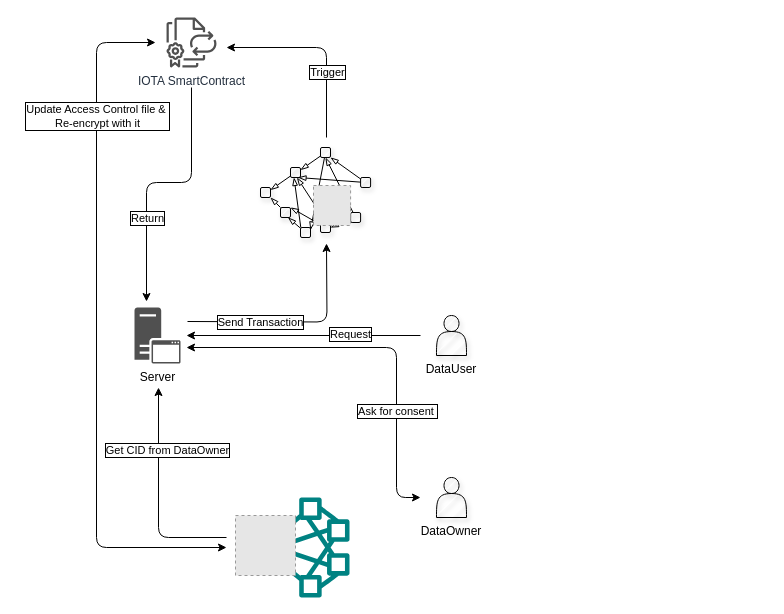
The draw.io diagram page "Ask For Access Right" (4 of 5) of 碩論/Fig/Fig1.drawio in kuromasama/Paper, before the edit. Source tidied: cells renumbered, new cells numbered last; positions are measured from the earlier drawing's top-left corner, leaving out a move shared by most shapes. Both pictures are drawn from the tidied source at 100%, with x=0, y=0 at pixel (96, 17). Pictures stored in the file or linked from it are replaced by grey dashed boxes.
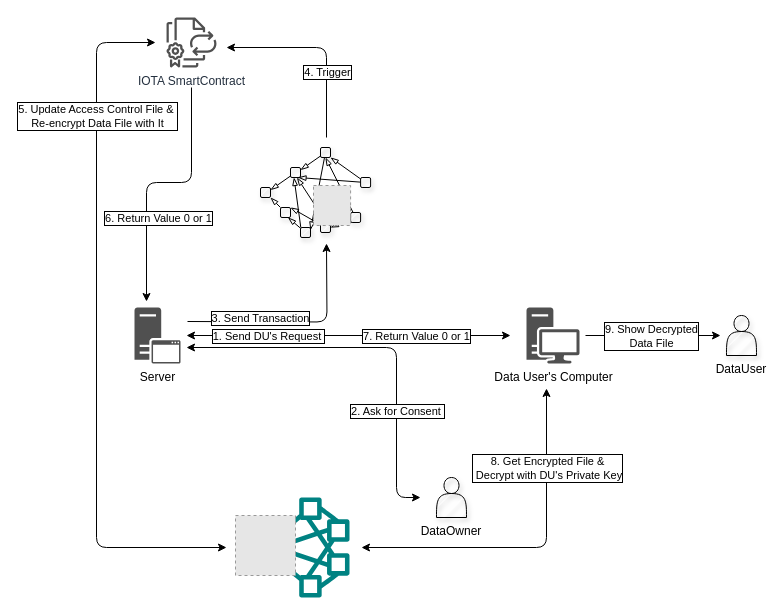
Above is the later version.

Unchanged cells that the change refers to:
```xml
<mxCell id="5" style="edgeStyle=orthogonalEdgeStyle;rounded=1;jettySize=auto;html=1;sourcePerimeterSpacing=20;targetPerimeterSpacing=6;" parent="1" edge="1" source="10" target="7">
  <mxGeometry relative="1" as="geometry">
    <Array as="points">
      <mxPoint x="95" y="165" />
      <mxPoint x="50" y="165" />
    </Array>
  </mxGeometry>
</mxCell>
<mxCell id="7" value="Server" style="sketch=0;shadow=0;dashed=0;html=1;strokeColor=none;fillColor=#505050;labelPosition=center;verticalLabelPosition=bottom;verticalAlign=top;outlineConnect=0;align=center;shape=mxgraph.office.servers.application_server;comic=0;fillStyle=auto;fontFamily=Helvetica;fontSize=12;fontColor=default;" parent="1" vertex="1">
  <mxGeometry x="38" y="290" width="46" height="56" as="geometry" />
</mxCell>
<mxCell id="8" style="edgeStyle=elbowEdgeStyle;rounded=1;jumpSize=6;orthogonalLoop=1;jettySize=auto;html=1;strokeWidth=1;fontFamily=Helvetica;fontSize=11;fontColor=none;sourcePerimeterSpacing=16;targetPerimeterSpacing=15;elbow=vertical;" parent="1" edge="1">
  <mxGeometry relative="1" as="geometry">
    <mxPoint x="230" y="120" as="sourcePoint" />
    <mxPoint x="130" y="30" as="targetPoint" />
    <Array as="points">
      <mxPoint x="220" y="30" />
      <mxPoint x="390" y="30" />
    </Array>
  </mxGeometry>
</mxCell>
<mxCell id="12" style="sketch=0;outlineConnect=0;fontColor=#232F3E;gradientColor=none;fillColor=#008282;strokeColor=none;dashed=0;verticalLabelPosition=bottom;verticalAlign=top;align=center;html=1;fontSize=12;fontStyle=0;shape=mxgraph.aws4.cluster;shadow=0;comic=0;fillStyle=auto;fontFamily=Helvetica;" parent="11" vertex="1">
  <mxGeometry x="14" width="100" height="100" as="geometry" />
</mxCell>
<mxCell id="37" style="edgeStyle=orthogonalEdgeStyle;rounded=1;jumpSize=6;orthogonalLoop=1;jettySize=auto;html=1;strokeWidth=1;fontFamily=Helvetica;fontSize=11;fontColor=none;sourcePerimeterSpacing=7;elbow=vertical;endArrow=classic;endFill=1;" parent="1" edge="1">
  <mxGeometry relative="1" as="geometry">
    <mxPoint x="91" y="304" as="sourcePoint" />
    <mxPoint x="230" y="226" as="targetPoint" />
  </mxGeometry>
</mxCell>
<mxCell id="39" style="edgeStyle=elbowEdgeStyle;rounded=1;jettySize=auto;html=1;sourcePerimeterSpacing=11;orthogonal=0;arcSize=20;startArrow=classic;startFill=1;endArrow=classic;endFill=1;" parent="1" edge="1" source="10">
  <mxGeometry relative="1" as="geometry">
    <mxPoint x="130" y="530" as="targetPoint" />
    <Array as="points">
      <mxPoint y="25" />
      <mxPoint y="510" />
      <mxPoint y="280" />
    </Array>
  </mxGeometry>
</mxCell>
<mxCell id="41" style="edgeStyle=elbowEdgeStyle;rounded=1;jettySize=auto;html=1;targetPerimeterSpacing=6;sourcePerimeterSpacing=16;startArrow=classic;startFill=1;endArrow=classic;endFill=1;" parent="1" edge="1" source="43" target="7">
  <mxGeometry relative="1" as="geometry">
    <Array as="points">
      <mxPoint x="300" y="330" />
      <mxPoint x="300" y="340" />
      <mxPoint x="300" y="400" />
    </Array>
  </mxGeometry>
</mxCell>
```

Change to the diagram source:
```diff
@@
-    <mxCell id="2" style="edgeStyle=orthogonalEdgeStyle;rounded=0;jettySize=auto;html=1;sourcePerimeterSpacing=16;targetPerimeterSpacing=6;" parent="1" edge="1" source="4" target="7">
+    <mxCell id="2" style="edgeStyle=orthogonalEdgeStyle;rounded=0;jettySize=auto;html=1;sourcePerimeterSpacing=16;targetPerimeterSpacing=6;startArrow=classic;startFill=1;" parent="1" edge="1" source="49" target="7">
       <mxGeometry relative="1" as="geometry" />
     </mxCell>
-    <mxCell id="3" value="Request" style="edgeLabel;html=1;align=center;verticalAlign=middle;labelBorderColor=default;" parent="2" vertex="1">
-      <mxGeometry x="-0.39" y="-2" relative="1" as="geometry" />
+    <mxCell id="3" value="1. Send DU's Request&amp;nbsp;" style="edgeLabel;html=1;align=center;verticalAlign=middle;labelBorderColor=default;" parent="2" vertex="1">
+      <mxGeometry x="-0.39" y="-2" relative="1" as="geometry">
+        <mxPoint x="-144" y="2" as="offset" />
+      </mxGeometry>
     </mxCell>
+    <mxCell id="44" value="7. Return Value 0 or 1" style="edgeLabel;html=1;align=center;verticalAlign=middle;labelBorderColor=default;" parent="2" vertex="1">
+      <mxGeometry x="-0.37" relative="1" as="geometry">
+        <mxPoint x="7" as="offset" />
+      </mxGeometry>
+    </mxCell>
     <mxCell id="4" value="DataUser" style="shape=actor;whiteSpace=wrap;html=1;comic=0;shadow=1;fillStyle=hatch;verticalAlign=top;horizontal=1;labelPosition=center;verticalLabelPosition=bottom;align=center;" parent="1" vertex="1">
-      <mxGeometry x="340" y="298" width="30" height="40" as="geometry" />
+      <mxGeometry x="630" y="298" width="30" height="40" as="geometry" />
     </mxCell>
@@
-    <mxCell id="6" value="Return" style="edgeLabel;html=1;align=center;verticalAlign=middle;labelBorderColor=default;" parent="5" vertex="1">
-      <mxGeometry x="0.35" relative="1" as="geometry" />
+    <mxCell id="6" value="6. Return Value 0 or 1" style="edgeLabel;html=1;align=center;verticalAlign=middle;labelBorderColor=default;" parent="5" vertex="1">
+      <mxGeometry x="0.35" relative="1" as="geometry">
+        <mxPoint x="11" as="offset" />
+      </mxGeometry>
     </mxCell>
@@
-    <mxCell id="9" value="Trigger" style="edgeLabel;html=1;align=center;verticalAlign=middle;fontSize=11;fontFamily=Helvetica;fontColor=none;labelBorderColor=default;" parent="8" vertex="1">
+    <mxCell id="9" value="4. Trigger" style="edgeLabel;html=1;align=center;verticalAlign=middle;fontSize=11;fontFamily=Helvetica;fontColor=none;labelBorderColor=default;" parent="8" vertex="1">
       <mxGeometry x="-0.31" relative="1" as="geometry" />
     </mxCell>
@@
-    <mxCell id="14" style="edgeStyle=orthogonalEdgeStyle;rounded=1;jettySize=auto;html=1;entryX=0.522;entryY=1.429;entryDx=0;entryDy=0;entryPerimeter=0;fontFamily=Helvetica;fontSize=11;fontColor=none;targetPerimeterSpacing=6;startArrow=none;" parent="1" edge="1" target="7">
-      <mxGeometry relative="1" as="geometry">
-        <mxPoint x="130" y="520" as="sourcePoint" />
-        <Array as="points">
-          <mxPoint x="62" y="520" />
-        </Array>
-      </mxGeometry>
-    </mxCell>
-    <mxCell id="15" value="Get CID from DataOwner" style="edgeLabel;html=1;align=center;verticalAlign=middle;fontSize=11;labelBorderColor=default;" parent="14" vertex="1">
-      <mxGeometry x="0.43" y="-1" relative="1" as="geometry">
-        <mxPoint x="7" as="offset" />
-      </mxGeometry>
-    </mxCell>
@@
-    <mxCell id="38" value="Send Transaction" style="edgeLabel;html=1;align=center;verticalAlign=middle;fontSize=11;labelBorderColor=default;" parent="37" vertex="1">
+    <mxCell id="38" value="3. Send Transaction" style="edgeLabel;html=1;align=center;verticalAlign=middle;fontSize=11;labelBorderColor=default;" parent="37" vertex="1">
       <mxGeometry x="-0.17" y="-1" relative="1" as="geometry">
-        <mxPoint x="-17" y="-1" as="offset" />
+        <mxPoint x="-17" y="-5" as="offset" />
       </mxGeometry>
     </mxCell>
@@
-    <mxCell id="40" value="Update Access Control file &amp;amp;&amp;nbsp;&lt;br&gt;Re-encrypt with it" style="edgeLabel;html=1;align=center;verticalAlign=middle;fontSize=11;labelBorderColor=default;" parent="39" vertex="1">
+    <mxCell id="40" value="5. Update Access Control File &amp;amp;&amp;nbsp;&lt;br&gt;Re-encrypt Data File with It" style="edgeLabel;html=1;align=center;verticalAlign=middle;fontSize=11;labelBorderColor=default;" parent="39" vertex="1">
       <mxGeometry x="-0.46" y="-3" relative="1" as="geometry">
         <mxPoint x="3" y="-54" as="offset" />
       </mxGeometry>
     </mxCell>
@@
-    <mxCell id="42" value="Ask for consent&amp;nbsp;" style="edgeLabel;html=1;align=center;verticalAlign=middle;labelBorderColor=default;" parent="41" vertex="1">
+    <mxCell id="42" value="2. Ask for Consent&amp;nbsp;" style="edgeLabel;html=1;align=center;verticalAlign=middle;labelBorderColor=default;" parent="41" vertex="1">
       <mxGeometry x="-0.42" relative="1" as="geometry" />
     </mxCell>
@@
+    <mxCell id="45" style="edgeStyle=elbowEdgeStyle;rounded=1;jettySize=auto;html=1;targetPerimeterSpacing=12;sourcePerimeterSpacing=25;startArrow=classic;startFill=1;" parent="1" edge="1" source="49" target="12">
+      <mxGeometry relative="1" as="geometry">
+        <Array as="points">
+          <mxPoint x="450" y="480" />
+        </Array>
+      </mxGeometry>
+    </mxCell>
+    <mxCell id="46" value="8. Get Encrypted File &amp;amp;&lt;br&gt;&amp;nbsp;Decrypt with DU's Private Key" style="edgeLabel;html=1;align=center;verticalAlign=middle;labelBorderColor=default;" parent="45" vertex="1">
+      <mxGeometry x="-0.4" y="-2" relative="1" as="geometry">
+        <mxPoint x="2" y="-24" as="offset" />
+      </mxGeometry>
+    </mxCell>
+    <mxCell id="47" style="edgeStyle=orthogonalEdgeStyle;rounded=0;jettySize=auto;html=1;targetPerimeterSpacing=6;sourcePerimeterSpacing=6;" parent="1" edge="1" source="49" target="4">
+      <mxGeometry relative="1" as="geometry" />
+    </mxCell>
+    <mxCell id="48" value="9. Show Decrypted &lt;br&gt;Data File" style="edgeLabel;html=1;align=center;verticalAlign=middle;labelBorderColor=default;" parent="47" vertex="1">
+      <mxGeometry x="-0.2" y="1" relative="1" as="geometry">
+        <mxPoint x="11" y="1" as="offset" />
+      </mxGeometry>
+    </mxCell>
+    <mxCell id="49" value="Data User's Computer" style="sketch=0;shadow=0;dashed=0;html=1;strokeColor=none;fillColor=#505050;labelPosition=center;verticalLabelPosition=bottom;verticalAlign=top;outlineConnect=0;align=center;shape=mxgraph.office.devices.workstation;comic=0;fillStyle=auto;fontFamily=Helvetica;fontSize=12;fontColor=default;" parent="1" vertex="1">
+      <mxGeometry x="430" y="290" width="53" height="56" as="geometry" />
+    </mxCell>
```
